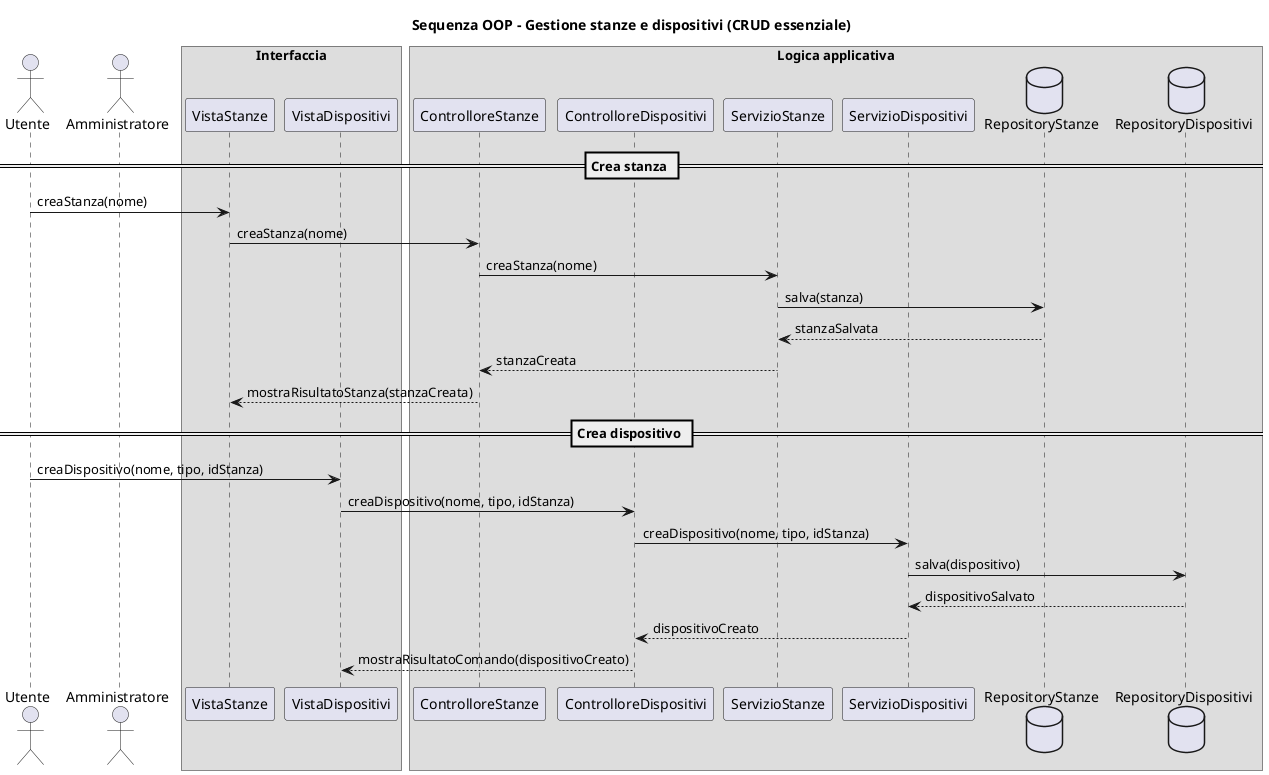
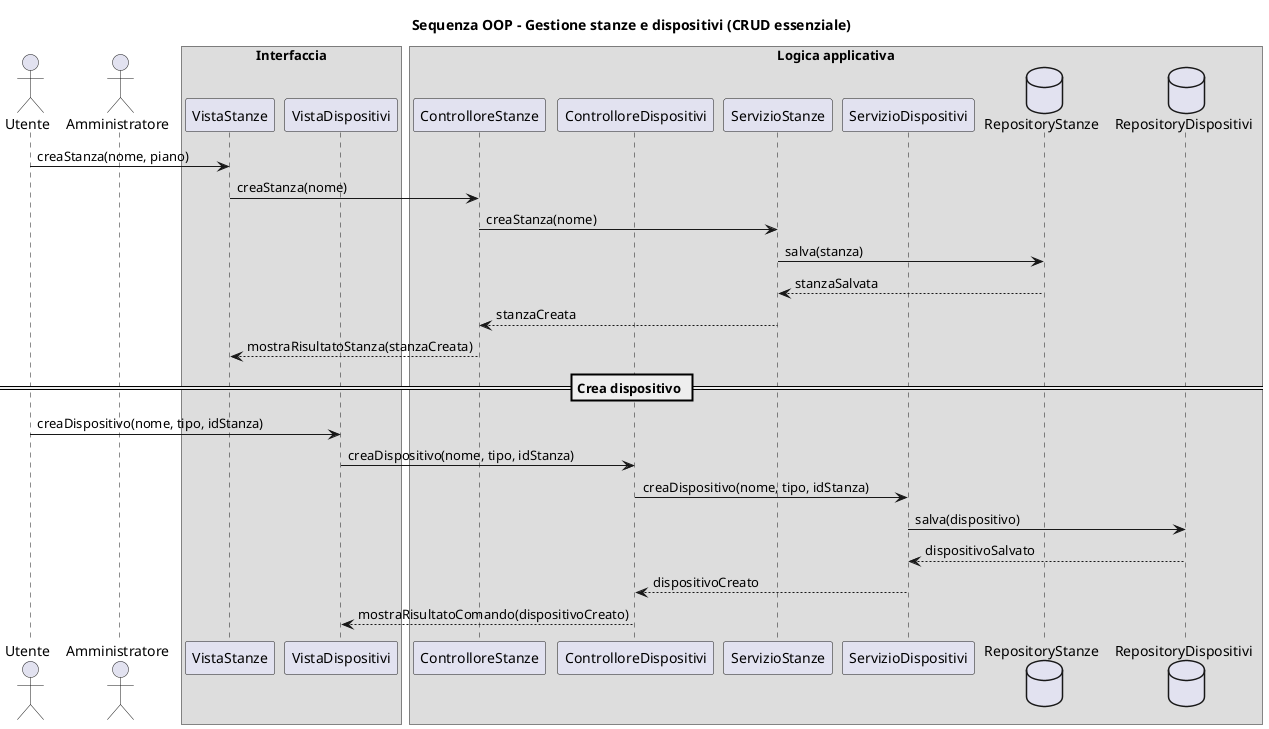
@startuml
title Sequenza OOP - Gestione stanze e dispositivi (CRUD essenziale)

actor Utente
actor Amministratore

box "Interfaccia"
participant "VistaStanze" as VistaStanze
participant "VistaDispositivi" as VistaDispositivi
end box

box "Logica applicativa"
participant "ControlloreStanze" as ControlloreStanze
participant "ControlloreDispositivi" as ControlloreDispositivi
participant "ServizioStanze" as ServizioStanze
participant "ServizioDispositivi" as ServizioDispositivi
database "RepositoryStanze" as RepositoryStanze
database "RepositoryDispositivi" as RepositoryDispositivi
end box

- == Crea stanza ==
- Utente -> VistaStanze : creaStanza(nome)
+ ' "creaStanza(nome)" -> "creaStanza(nome, piano)"
+ Utente -> VistaStanze : creaStanza(nome, piano)
VistaStanze -> ControlloreStanze : creaStanza(nome)
ControlloreStanze -> ServizioStanze : creaStanza(nome)
ServizioStanze -> RepositoryStanze : salva(stanza)
RepositoryStanze --> ServizioStanze : stanzaSalvata
ServizioStanze --> ControlloreStanze : stanzaCreata
ControlloreStanze --> VistaStanze : mostraRisultatoStanza(stanzaCreata)

== Crea dispositivo ==
Utente -> VistaDispositivi : creaDispositivo(nome, tipo, idStanza)
VistaDispositivi -> ControlloreDispositivi : creaDispositivo(nome, tipo, idStanza)
ControlloreDispositivi -> ServizioDispositivi : creaDispositivo(nome, tipo, idStanza)
ServizioDispositivi -> RepositoryDispositivi : salva(dispositivo)
RepositoryDispositivi --> ServizioDispositivi : dispositivoSalvato
ServizioDispositivi --> ControlloreDispositivi : dispositivoCreato
ControlloreDispositivi --> VistaDispositivi : mostraRisultatoComando(dispositivoCreato)

@enduml
